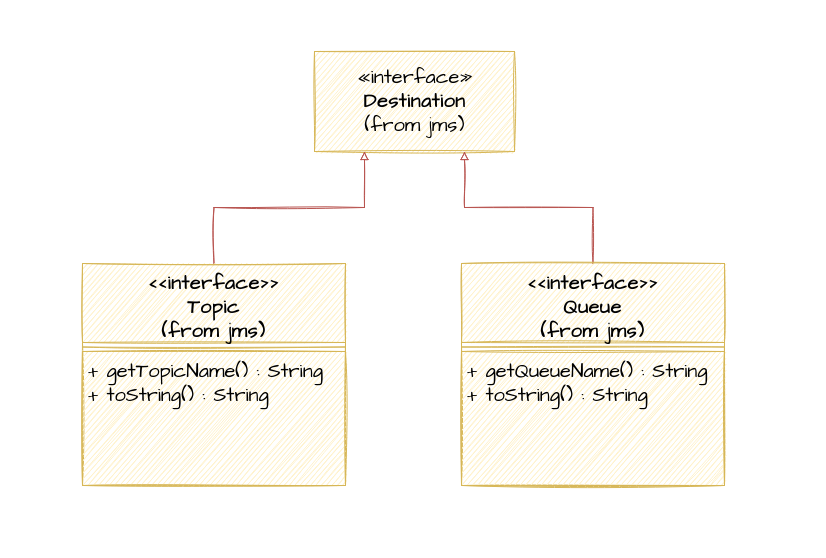
This is img/img14-light.png from dariodenardi/Sistemi-Distribuiti-M, a draw.io export, as it was before one commit. Source tidied: cells renumbered, new cells last; positions are measured from the earlier drawing's top-left corner, leaving out a move shared by most shapes. Source of this version:
```xml
<mxGraphModel>
  <root>
    <mxCell id="0" />
    <mxCell id="1" parent="0" />
    <mxCell id="2" value="«interface»&lt;br&gt;&lt;div&gt;&lt;b&gt;Destination&lt;/b&gt;&lt;/div&gt;(from jms)" style="html=1;sketch=1;fontFamily=Architects Daughter;fontSource=https%3A%2F%2Ffonts.googleapis.com%2Fcss%3Ffamily%3DArchitects%2BDaughter;fontSize=20;fillColor=#fff2cc;strokeColor=#d6b656;" parent="1" vertex="1">
      <mxGeometry x="232" width="200" height="100" as="geometry" />
    </mxCell>
    <mxCell id="3" style="edgeStyle=orthogonalEdgeStyle;rounded=0;sketch=1;jettySize=auto;html=1;exitX=0.5;exitY=0;exitDx=0;exitDy=0;entryX=0.25;entryY=1;entryDx=0;entryDy=0;fontFamily=Architects Daughter;fontSource=https%3A%2F%2Ffonts.googleapis.com%2Fcss%3Ffamily%3DArchitects%2BDaughter;fontSize=20;startArrow=none;startFill=0;endArrow=block;endFill=0;fillColor=#f8cecc;strokeColor=#b85450;" parent="1" edge="1" source="4" target="2">
      <mxGeometry relative="1" as="geometry" />
    </mxCell>
    <mxCell id="4" value="&lt;&lt;interface&gt;&gt;&#10;Topic&#10;(from jms)&#10;" style="swimlane;fontStyle=1;align=center;verticalAlign=top;horizontal=1;startSize=79;sketch=1;fontFamily=Architects Daughter;fontSource=https%3A%2F%2Ffonts.googleapis.com%2Fcss%3Ffamily%3DArchitects%2BDaughter;fontSize=20;fillColor=#fff2cc;strokeColor=#d6b656;" parent="1" vertex="1">
      <mxGeometry y="212" width="263" height="222" as="geometry" />
    </mxCell>
    <mxCell id="5" style="line;strokeWidth=1;fillColor=#fff2cc;align=left;verticalAlign=middle;spacingTop=-1;spacingLeft=3;spacingRight=3;labelPosition=right;sketch=1;fontFamily=Architects Daughter;fontSource=https%3A%2F%2Ffonts.googleapis.com%2Fcss%3Ffamily%3DArchitects%2BDaughter;fontSize=20;strokeColor=#d6b656;" parent="4" vertex="1">
      <mxGeometry y="79" width="263" height="9" as="geometry" />
    </mxCell>
    <mxCell id="6" value="+ getTopicName() : String &#10;+ toString() : String" style="text;strokeColor=#d6b656;fillColor=#fff2cc;align=left;verticalAlign=top;spacingLeft=4;spacingRight=4;overflow=hidden;sketch=1;fontFamily=Architects Daughter;fontSource=https%3A%2F%2Ffonts.googleapis.com%2Fcss%3Ffamily%3DArchitects%2BDaughter;fontSize=20;" parent="4" vertex="1">
      <mxGeometry y="88" width="263" height="134" as="geometry" />
    </mxCell>
    <mxCell id="7" style="edgeStyle=orthogonalEdgeStyle;rounded=0;sketch=1;jettySize=auto;html=1;entryX=0.75;entryY=1;entryDx=0;entryDy=0;fontFamily=Architects Daughter;fontSource=https%3A%2F%2Ffonts.googleapis.com%2Fcss%3Ffamily%3DArchitects%2BDaughter;fontSize=20;startArrow=none;startFill=0;endArrow=block;endFill=0;fillColor=#f8cecc;strokeColor=#b85450;" parent="1" edge="1" source="8" target="2">
      <mxGeometry relative="1" as="geometry" />
    </mxCell>
    <mxCell id="8" value="&lt;&lt;interface&gt;&gt;&#10;Queue&#10;(from jms)&#10;" style="swimlane;fontStyle=1;align=center;verticalAlign=top;horizontal=1;startSize=79;sketch=1;fontFamily=Architects Daughter;fontSource=https%3A%2F%2Ffonts.googleapis.com%2Fcss%3Ffamily%3DArchitects%2BDaughter;fontSize=20;fillColor=#fff2cc;strokeColor=#d6b656;" parent="1" vertex="1">
      <mxGeometry x="379" y="212" width="263" height="222" as="geometry" />
    </mxCell>
    <mxCell id="9" style="line;strokeWidth=1;fillColor=#fff2cc;align=left;verticalAlign=middle;spacingTop=-1;spacingLeft=3;spacingRight=3;labelPosition=right;sketch=1;fontFamily=Architects Daughter;fontSource=https%3A%2F%2Ffonts.googleapis.com%2Fcss%3Ffamily%3DArchitects%2BDaughter;fontSize=20;strokeColor=#d6b656;" parent="8" vertex="1">
      <mxGeometry y="79" width="263" height="9" as="geometry" />
    </mxCell>
    <mxCell id="10" value="+ getQueueName() : String &#10;+ toString() : String" style="text;strokeColor=#d6b656;fillColor=#fff2cc;align=left;verticalAlign=top;spacingLeft=4;spacingRight=4;overflow=hidden;sketch=1;fontFamily=Architects Daughter;fontSource=https%3A%2F%2Ffonts.googleapis.com%2Fcss%3Ffamily%3DArchitects%2BDaughter;fontSize=20;" parent="8" vertex="1">
      <mxGeometry y="88" width="263" height="134" as="geometry" />
    </mxCell>
  </root>
</mxGraphModel>
```
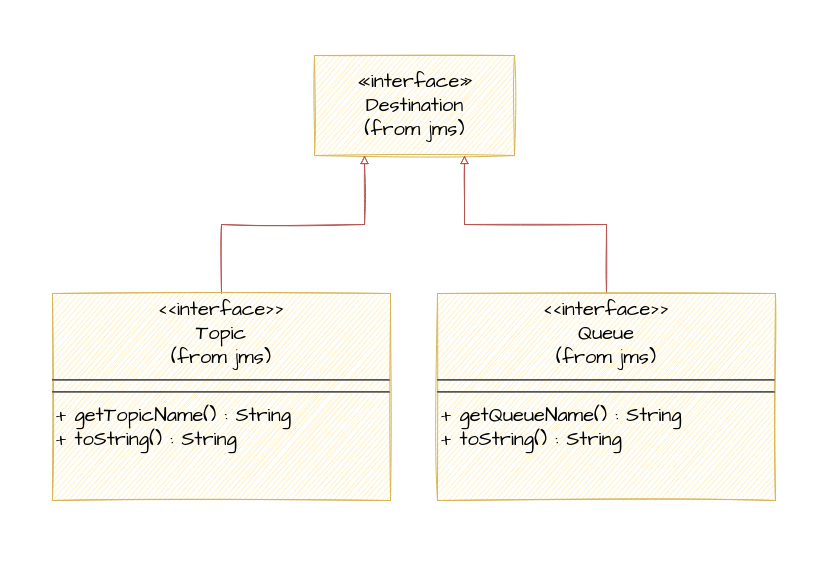
The same file after the commit.

The edit, as a diff of the source:
```diff
@@ -2,32 +2,20 @@
   <root>
     <mxCell id="0" />
     <mxCell id="1" parent="0" />
-    <mxCell id="2" value="«interface»&lt;br&gt;&lt;div&gt;&lt;b&gt;Destination&lt;/b&gt;&lt;/div&gt;(from jms)" style="html=1;sketch=1;fontFamily=Architects Daughter;fontSource=https%3A%2F%2Ffonts.googleapis.com%2Fcss%3Ffamily%3DArchitects%2BDaughter;fontSize=20;fillColor=#fff2cc;strokeColor=#d6b656;" parent="1" vertex="1">
+    <mxCell id="2" value="«interface»&lt;br&gt;&lt;div&gt;Destination&lt;/div&gt;(from jms)" style="html=1;sketch=1;fontFamily=Architects Daughter;fontSource=https%3A%2F%2Ffonts.googleapis.com%2Fcss%3Ffamily%3DArchitects%2BDaughter;fontSize=20;fillColor=#fff2cc;strokeColor=#d6b656;" parent="1" vertex="1">
       <mxGeometry x="232" width="200" height="100" as="geometry" />
     </mxCell>
-    <mxCell id="3" style="edgeStyle=orthogonalEdgeStyle;rounded=0;sketch=1;jettySize=auto;html=1;exitX=0.5;exitY=0;exitDx=0;exitDy=0;entryX=0.25;entryY=1;entryDx=0;entryDy=0;fontFamily=Architects Daughter;fontSource=https%3A%2F%2Ffonts.googleapis.com%2Fcss%3Ffamily%3DArchitects%2BDaughter;fontSize=20;startArrow=none;startFill=0;endArrow=block;endFill=0;fillColor=#f8cecc;strokeColor=#b85450;" parent="1" edge="1" source="4" target="2">
-      <mxGeometry relative="1" as="geometry" />
-    </mxCell>
-    <mxCell id="4" value="&lt;&lt;interface&gt;&gt;&#10;Topic&#10;(from jms)&#10;" style="swimlane;fontStyle=1;align=center;verticalAlign=top;horizontal=1;startSize=79;sketch=1;fontFamily=Architects Daughter;fontSource=https%3A%2F%2Ffonts.googleapis.com%2Fcss%3Ffamily%3DArchitects%2BDaughter;fontSize=20;fillColor=#fff2cc;strokeColor=#d6b656;" parent="1" vertex="1">
-      <mxGeometry y="212" width="263" height="222" as="geometry" />
-    </mxCell>
-    <mxCell id="5" style="line;strokeWidth=1;fillColor=#fff2cc;align=left;verticalAlign=middle;spacingTop=-1;spacingLeft=3;spacingRight=3;labelPosition=right;sketch=1;fontFamily=Architects Daughter;fontSource=https%3A%2F%2Ffonts.googleapis.com%2Fcss%3Ffamily%3DArchitects%2BDaughter;fontSize=20;strokeColor=#d6b656;" parent="4" vertex="1">
-      <mxGeometry y="79" width="263" height="9" as="geometry" />
-    </mxCell>
-    <mxCell id="6" value="+ getTopicName() : String &#10;+ toString() : String" style="text;strokeColor=#d6b656;fillColor=#fff2cc;align=left;verticalAlign=top;spacingLeft=4;spacingRight=4;overflow=hidden;sketch=1;fontFamily=Architects Daughter;fontSource=https%3A%2F%2Ffonts.googleapis.com%2Fcss%3Ffamily%3DArchitects%2BDaughter;fontSize=20;" parent="4" vertex="1">
-      <mxGeometry y="88" width="263" height="134" as="geometry" />
-    </mxCell>
-    <mxCell id="7" style="edgeStyle=orthogonalEdgeStyle;rounded=0;sketch=1;jettySize=auto;html=1;entryX=0.75;entryY=1;entryDx=0;entryDy=0;fontFamily=Architects Daughter;fontSource=https%3A%2F%2Ffonts.googleapis.com%2Fcss%3Ffamily%3DArchitects%2BDaughter;fontSize=20;startArrow=none;startFill=0;endArrow=block;endFill=0;fillColor=#f8cecc;strokeColor=#b85450;" parent="1" edge="1" source="8" target="2">
-      <mxGeometry relative="1" as="geometry" />
-    </mxCell>
-    <mxCell id="8" value="&lt;&lt;interface&gt;&gt;&#10;Queue&#10;(from jms)&#10;" style="swimlane;fontStyle=1;align=center;verticalAlign=top;horizontal=1;startSize=79;sketch=1;fontFamily=Architects Daughter;fontSource=https%3A%2F%2Ffonts.googleapis.com%2Fcss%3Ffamily%3DArchitects%2BDaughter;fontSize=20;fillColor=#fff2cc;strokeColor=#d6b656;" parent="1" vertex="1">
-      <mxGeometry x="379" y="212" width="263" height="222" as="geometry" />
-    </mxCell>
-    <mxCell id="9" style="line;strokeWidth=1;fillColor=#fff2cc;align=left;verticalAlign=middle;spacingTop=-1;spacingLeft=3;spacingRight=3;labelPosition=right;sketch=1;fontFamily=Architects Daughter;fontSource=https%3A%2F%2Ffonts.googleapis.com%2Fcss%3Ffamily%3DArchitects%2BDaughter;fontSize=20;strokeColor=#d6b656;" parent="8" vertex="1">
-      <mxGeometry y="79" width="263" height="9" as="geometry" />
-    </mxCell>
-    <mxCell id="10" value="+ getQueueName() : String &#10;+ toString() : String" style="text;strokeColor=#d6b656;fillColor=#fff2cc;align=left;verticalAlign=top;spacingLeft=4;spacingRight=4;overflow=hidden;sketch=1;fontFamily=Architects Daughter;fontSource=https%3A%2F%2Ffonts.googleapis.com%2Fcss%3Ffamily%3DArchitects%2BDaughter;fontSize=20;" parent="8" vertex="1">
-      <mxGeometry y="88" width="263" height="134" as="geometry" />
-    </mxCell>
+    <mxCell id="11" style="edgeStyle=orthogonalEdgeStyle;rounded=0;sketch=1;jettySize=auto;html=1;entryX=0.25;entryY=1;entryDx=0;entryDy=0;fontFamily=Architects Daughter;fontSource=https%3A%2F%2Ffonts.googleapis.com%2Fcss%3Ffamily%3DArchitects%2BDaughter;fontSize=20;fillColor=#f8cecc;strokeColor=#b85450;endArrow=block;endFill=0;" parent="1" edge="1" source="12" target="2">
+      <mxGeometry relative="1" as="geometry" />
+    </mxCell>
+    <mxCell id="12" value="&lt;p style=&quot;margin: 4px 0px 0px ; text-align: center ; font-size: 20px&quot;&gt;&amp;lt;&amp;lt;interface&amp;gt;&amp;gt;&lt;br&gt;Topic&lt;br&gt;(from jms)&lt;/p&gt;&lt;hr style=&quot;font-size: 20px&quot;&gt;&lt;hr style=&quot;font-size: 20px&quot;&gt;&lt;p style=&quot;margin: 0px 0px 0px 4px ; font-size: 20px&quot;&gt;+ getTopicName() : String &lt;br&gt;+ toString() : String&lt;/p&gt;" style="verticalAlign=top;align=left;overflow=fill;fontSize=20;fontFamily=Architects Daughter;html=1;sketch=1;fillColor=#fff2cc;strokeColor=#d6b656;fontSource=https%3A%2F%2Ffonts.googleapis.com%2Fcss%3Ffamily%3DArchitects%2BDaughter;" parent="1" vertex="1">
+      <mxGeometry x="-30" y="238" width="338" height="207" as="geometry" />
+    </mxCell>
+    <mxCell id="13" style="edgeStyle=orthogonalEdgeStyle;rounded=0;sketch=1;jettySize=auto;html=1;entryX=0.75;entryY=1;entryDx=0;entryDy=0;fontFamily=Architects Daughter;fontSource=https%3A%2F%2Ffonts.googleapis.com%2Fcss%3Ffamily%3DArchitects%2BDaughter;fontSize=20;fillColor=#f8cecc;strokeColor=#b85450;endArrow=block;endFill=0;" parent="1" edge="1" source="14" target="2">
+      <mxGeometry relative="1" as="geometry" />
+    </mxCell>
+    <mxCell id="14" value="&lt;p style=&quot;margin: 4px 0px 0px ; text-align: center ; font-size: 20px&quot;&gt;&amp;lt;&amp;lt;interface&amp;gt;&amp;gt;&lt;br&gt;Queue&lt;br&gt;(from jms)&lt;/p&gt;&lt;hr style=&quot;font-size: 20px&quot;&gt;&lt;hr style=&quot;font-size: 20px&quot;&gt;&lt;p style=&quot;margin: 0px 0px 0px 4px ; font-size: 20px&quot;&gt;+ getQueueName() : String &lt;br&gt;+ toString() : String&lt;/p&gt;" style="verticalAlign=top;align=left;overflow=fill;fontSize=20;fontFamily=Architects Daughter;html=1;sketch=1;fillColor=#fff2cc;strokeColor=#d6b656;fontSource=https%3A%2F%2Ffonts.googleapis.com%2Fcss%3Ffamily%3DArchitects%2BDaughter;" parent="1" vertex="1">
+      <mxGeometry x="355" y="238" width="338" height="207" as="geometry" />
+    </mxCell>
   </root>
 </mxGraphModel>
```
